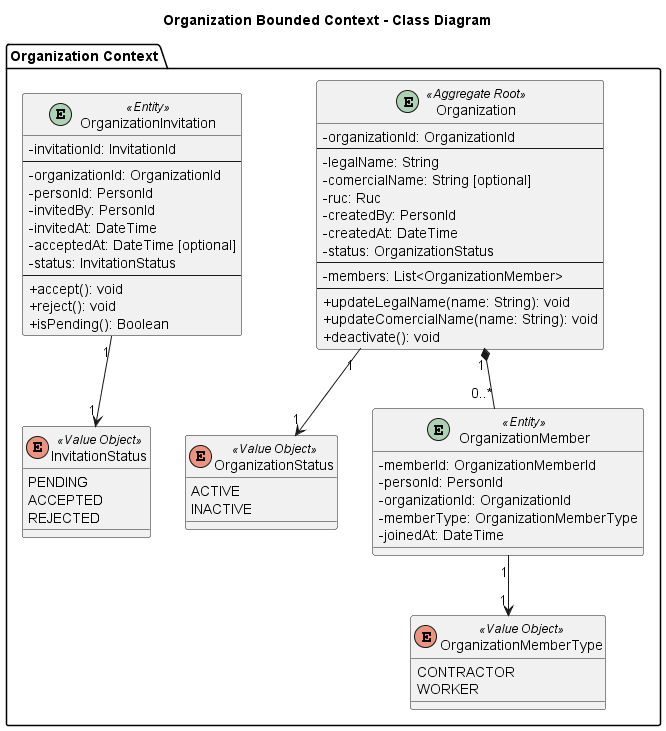
The PlantUML diagram img/chapter4/oop/organizations.png in GalaxiaWonder-OpenSource/ProjectReport, before a commit. The source it was exported from:
```plantuml
@startuml classDiagram
skinparam monochrome false
skinparam classAttributeIconSize 0
title Organization Bounded Context - Class Diagram

package "Organization Context" {






    entity Organization <<Aggregate Root>> {
        - organizationId: OrganizationId
        --
        - legalName: String
        - comercialName: String [optional]
        - ruc: Ruc
        - createdBy: PersonId
        - createdAt: DateTime
        - status: OrganizationStatus
        --
        - members: List<OrganizationMember>
        --
        + updateLegalName(name: String): void
        + updateComercialName(name: String): void
        + deactivate(): void
    }

    enum OrganizationStatus <<Value Object>> {
        ACTIVE
        INACTIVE
    }

    entity OrganizationMember <<Entity>> {
        - memberId: OrganizationMemberId
        - personId: PersonId
        - organizationId: OrganizationId
        - memberType: OrganizationMemberType
        - joinedAt: DateTime
    }

    enum OrganizationMemberType <<Value Object>> {
        CONTRACTOR
        WORKER
    }

    entity OrganizationInvitation <<Entity>> {
        - invitationId: InvitationId
        --
        - organizationId: OrganizationId
        - personId: PersonId
        - invitedBy: PersonId
        - invitedAt: DateTime
        - acceptedAt: DateTime [optional]
        - status: InvitationStatus
        --
        + accept(): void
        + reject(): void
        + isPending(): Boolean
    }

    enum InvitationStatus <<Value Object>> {
        PENDING
        ACCEPTED
        REJECTED
    }

    Organization "1" *-- "0..*" OrganizationMember
    Organization "1" --> "1" OrganizationStatus
    OrganizationMember "1" --> "1" OrganizationMemberType
    OrganizationInvitation "1" --> "1" InvitationStatus
}
@enduml
```
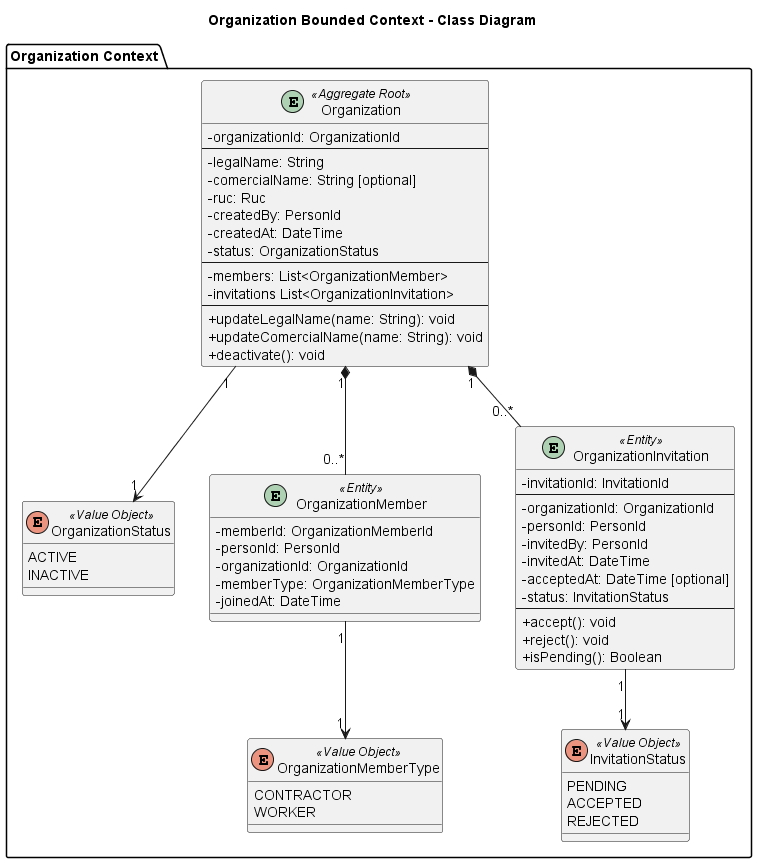
The same diagram one commit later.

Commit message:
bugfix(software-object-oriented-design): change organization file iam and subscription oop diagrams

Diff of the diagram source:
```diff
@@ -21,6 +21,7 @@
         - status: OrganizationStatus
         --
         - members: List<OrganizationMember>
+        - invitations List<OrganizationInvitation>
         --
         + updateLegalName(name: String): void
         + updateComercialName(name: String): void
@@ -67,6 +68,7 @@
     }
 
     Organization "1" *-- "0..*" OrganizationMember
+    Organization "1" *-- "0..*" OrganizationInvitation
     Organization "1" --> "1" OrganizationStatus
     OrganizationMember "1" --> "1" OrganizationMemberType
     OrganizationInvitation "1" --> "1" InvitationStatus
```
